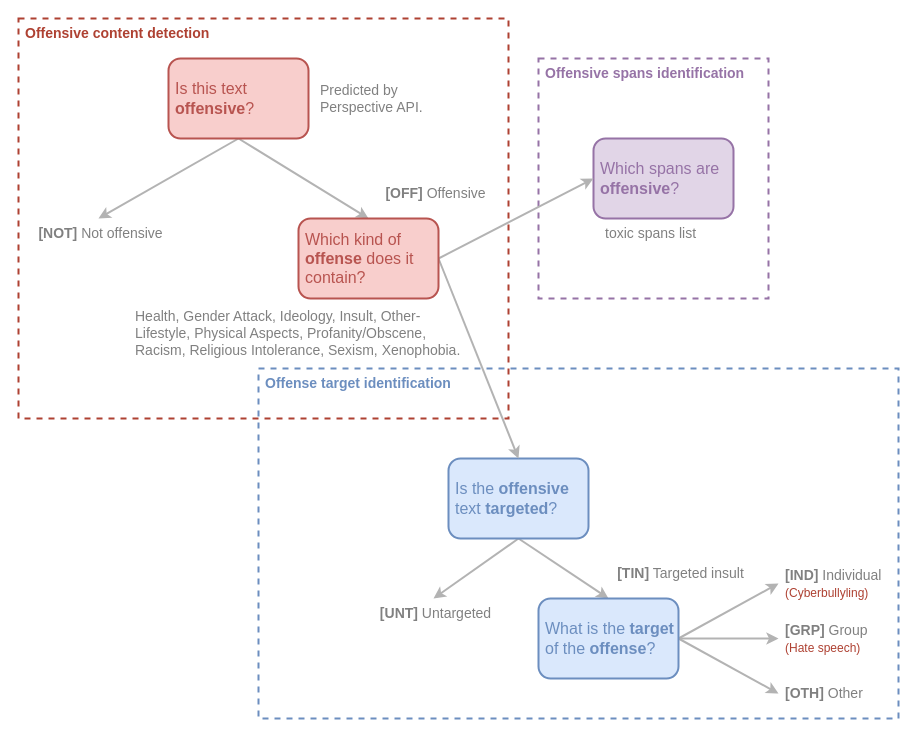
Above: page "OLIDBR_taxonomy" (2 of 4) of docs/diagrams/diagrams.drawio in DougTrajano/ToChiquinho (draw.io), before the change. Source tidied: cells renumbered, new cells numbered last; positions are measured from the earlier drawing's top-left corner, leaving out a move shared by most shapes. Both pictures are drawn from the tidied source at 100%, with x=0, y=0 at pixel (18, 18).
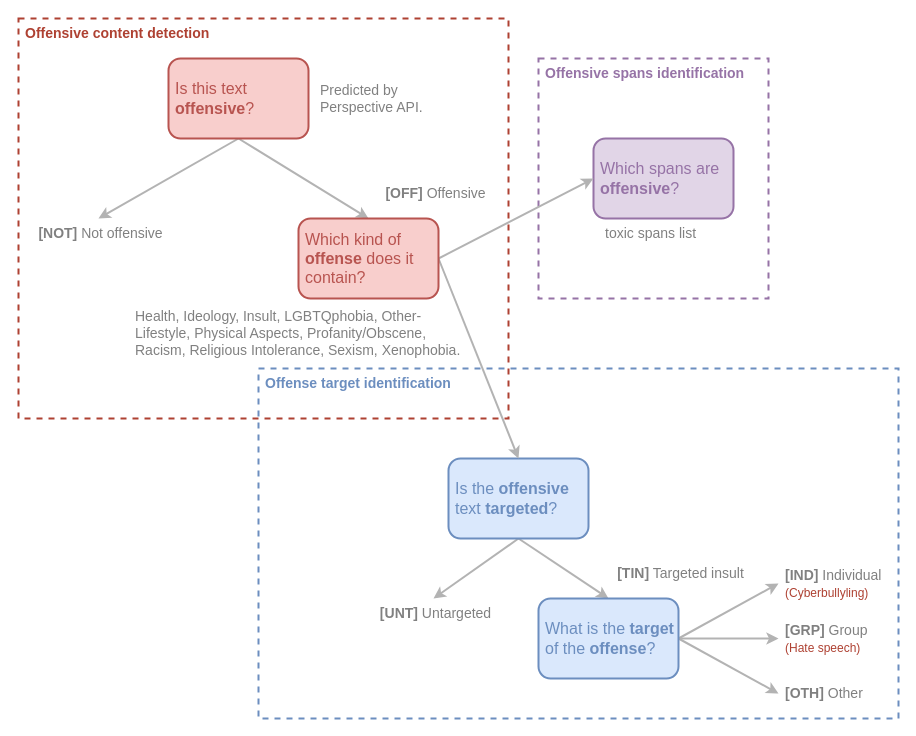
Above is the later version.

What changed in the source:
```diff
@@
-    <mxCell id="26" value="&lt;font color=&quot;#808080&quot;&gt;Health, Gender Attack, Ideology, Insult, Other-Lifestyle, Physical Aspects, Profanity/Obscene, Racism, Religious Intolerance, Sexism, Xenophobia.&lt;/font&gt;" style="text;html=1;strokeColor=none;fillColor=none;align=left;verticalAlign=middle;whiteSpace=wrap;rounded=0;fontSize=14;fontColor=#6C8EBF;spacingLeft=5;fontStyle=0;" parent="1" vertex="1">
+    <mxCell id="26" value="&lt;font color=&quot;#808080&quot;&gt;Health, Ideology, Insult, LGBTQphobia, Other-Lifestyle, Physical Aspects, Profanity/Obscene, Racism, Religious Intolerance, Sexism, Xenophobia.&lt;/font&gt;" style="text;html=1;strokeColor=none;fillColor=none;align=left;verticalAlign=middle;whiteSpace=wrap;rounded=0;fontSize=14;fontColor=#6C8EBF;spacingLeft=5;fontStyle=0;" parent="1" vertex="1">
       <mxGeometry x="110" y="280" width="345" height="70" as="geometry" />
     </mxCell>
```
